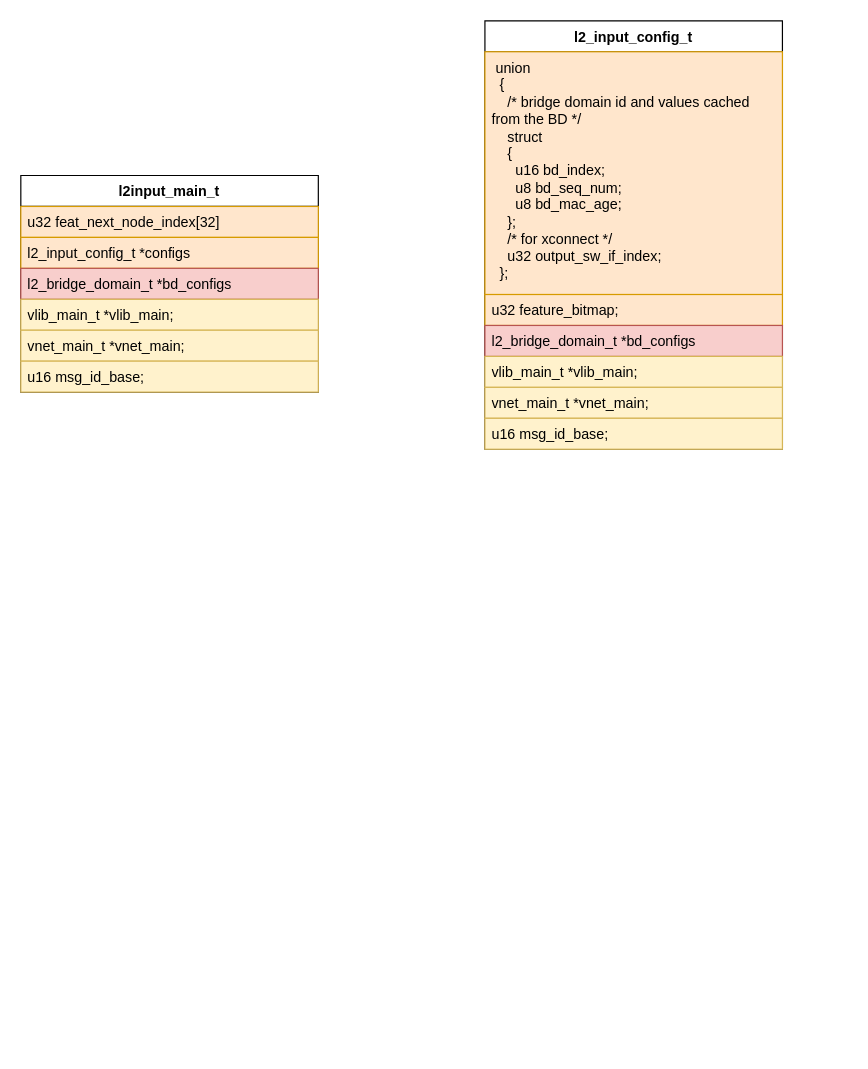
jin13417/dpdk-vpp-learning keeps this draw.io diagram as new_map/vnet_l2.drawio. Above is the earlier version. Source tidied: cells renumbered, new cells numbered last; positions are measured from the earlier drawing's top-left corner, leaving out a move shared by most shapes. Both pictures are drawn from the tidied source at 119%, with x=0, y=0 at pixel (20, 20).
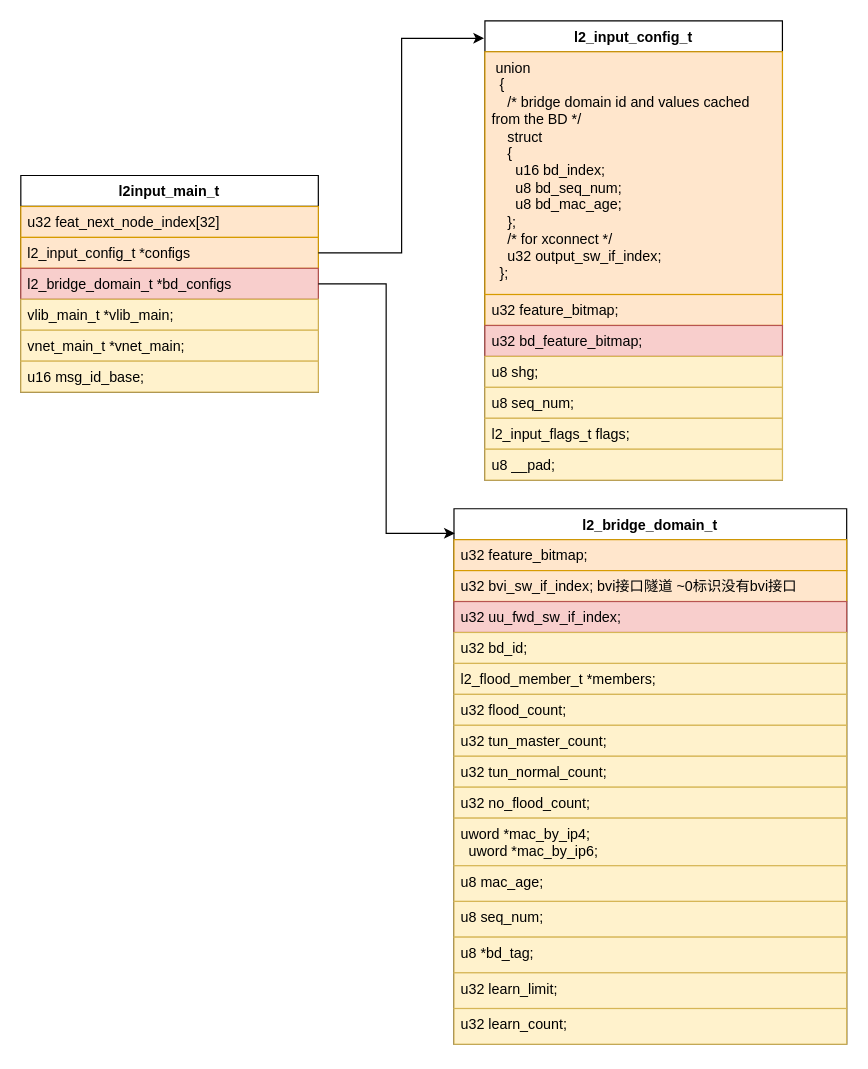
After the change.

The change refers to these unchanged cells:
```xml
<mxCell id="4" value="l2_input_config_t *configs" style="text;strokeColor=#d79b00;fillColor=#ffe6cc;align=left;verticalAlign=top;spacingLeft=4;spacingRight=4;overflow=hidden;points=[[0,0.5],[1,0.5]];portConstraint=eastwest;whiteSpace=wrap;html=1;" parent="2" vertex="1">
  <mxGeometry y="52" width="250" height="26" as="geometry" />
</mxCell>
<mxCell id="5" value="l2_bridge_domain_t *bd_configs" style="text;strokeColor=#b85450;fillColor=#f8cecc;align=left;verticalAlign=top;spacingLeft=4;spacingRight=4;overflow=hidden;points=[[0,0.5],[1,0.5]];portConstraint=eastwest;whiteSpace=wrap;html=1;" parent="2" vertex="1">
  <mxGeometry y="78" width="250" height="26" as="geometry" />
</mxCell>
```

What changed in the source:
```diff
@@
     <mxCell id="9" value="l2_input_config_t" style="swimlane;fontStyle=1;align=center;verticalAlign=top;horizontal=1;startSize=26;whiteSpace=wrap;html=1;" parent="1" vertex="1">
-      <mxGeometry x="390" width="250" height="360" as="geometry" />
+      <mxGeometry x="390" width="250" height="386" as="geometry" />
     </mxCell>
@@
-    <mxCell id="12" value="l2_bridge_domain_t *bd_configs" style="text;strokeColor=#b85450;fillColor=#f8cecc;align=left;verticalAlign=top;spacingLeft=4;spacingRight=4;overflow=hidden;whiteSpace=wrap;html=1;" parent="9" vertex="1">
+    <mxCell id="12" value="u32 bd_feature_bitmap;" style="text;strokeColor=#b85450;fillColor=#f8cecc;align=left;verticalAlign=top;spacingLeft=4;spacingRight=4;overflow=hidden;whiteSpace=wrap;html=1;" parent="9" vertex="1">
       <mxGeometry y="256" width="250" height="26" as="geometry" />
     </mxCell>
-    <mxCell id="13" value="vlib_main_t *vlib_main;" style="text;strokeColor=#d6b656;fillColor=#fff2cc;align=left;verticalAlign=top;spacingLeft=4;spacingRight=4;overflow=hidden;whiteSpace=wrap;html=1;" parent="9" vertex="1">
+    <mxCell id="13" value="u8 shg;" style="text;strokeColor=#d6b656;fillColor=#fff2cc;align=left;verticalAlign=top;spacingLeft=4;spacingRight=4;overflow=hidden;whiteSpace=wrap;html=1;" parent="9" vertex="1">
       <mxGeometry y="282" width="250" height="26" as="geometry" />
     </mxCell>
-    <mxCell id="14" value="vnet_main_t *vnet_main;" style="text;strokeColor=#d6b656;fillColor=#fff2cc;align=left;verticalAlign=top;spacingLeft=4;spacingRight=4;overflow=hidden;whiteSpace=wrap;html=1;" parent="9" vertex="1">
+    <mxCell id="14" value="u8 seq_num;" style="text;strokeColor=#d6b656;fillColor=#fff2cc;align=left;verticalAlign=top;spacingLeft=4;spacingRight=4;overflow=hidden;whiteSpace=wrap;html=1;" parent="9" vertex="1">
       <mxGeometry y="308" width="250" height="26" as="geometry" />
     </mxCell>
-    <mxCell id="15" value="u16 msg_id_base;" style="text;strokeColor=#d6b656;fillColor=#fff2cc;align=left;verticalAlign=top;spacingLeft=4;spacingRight=4;overflow=hidden;whiteSpace=wrap;html=1;" parent="9" vertex="1">
+    <mxCell id="15" value="l2_input_flags_t flags;" style="text;strokeColor=#d6b656;fillColor=#fff2cc;align=left;verticalAlign=top;spacingLeft=4;spacingRight=4;overflow=hidden;whiteSpace=wrap;html=1;" parent="9" vertex="1">
       <mxGeometry y="334" width="250" height="26" as="geometry" />
     </mxCell>
+    <mxCell id="16" value="u8 __pad;" style="text;strokeColor=#d6b656;fillColor=#fff2cc;align=left;verticalAlign=top;spacingLeft=4;spacingRight=4;overflow=hidden;whiteSpace=wrap;html=1;" parent="9" vertex="1">
+      <mxGeometry y="360" width="250" height="26" as="geometry" />
+    </mxCell>
+    <mxCell id="17" value="l2_bridge_domain_t" style="swimlane;fontStyle=1;align=center;verticalAlign=top;horizontal=1;startSize=26;whiteSpace=wrap;html=1;" parent="1" vertex="1">
+      <mxGeometry x="364" y="410" width="330" height="450" as="geometry" />
+    </mxCell>
+    <mxCell id="18" value="u32 feature_bitmap;" style="text;strokeColor=#d79b00;fillColor=#ffe6cc;align=left;verticalAlign=top;spacingLeft=4;spacingRight=4;overflow=hidden;whiteSpace=wrap;html=1;" parent="17" vertex="1">
+      <mxGeometry y="26" width="330" height="26" as="geometry" />
+    </mxCell>
+    <mxCell id="19" value="u32 bvi_sw_if_index; bvi接口隧道 ~0标识没有bvi接口" style="text;strokeColor=#d79b00;fillColor=#ffe6cc;align=left;verticalAlign=top;spacingLeft=4;spacingRight=4;overflow=hidden;whiteSpace=wrap;html=1;" parent="17" vertex="1">
+      <mxGeometry y="52" width="330" height="26" as="geometry" />
+    </mxCell>
+    <mxCell id="20" value="u32 uu_fwd_sw_if_index;" style="text;strokeColor=#b85450;fillColor=#f8cecc;align=left;verticalAlign=top;spacingLeft=4;spacingRight=4;overflow=hidden;whiteSpace=wrap;html=1;" parent="17" vertex="1">
+      <mxGeometry y="78" width="330" height="26" as="geometry" />
+    </mxCell>
+    <mxCell id="21" value="u32 bd_id;" style="text;strokeColor=#d6b656;fillColor=#fff2cc;align=left;verticalAlign=top;spacingLeft=4;spacingRight=4;overflow=hidden;whiteSpace=wrap;html=1;" parent="17" vertex="1">
+      <mxGeometry y="104" width="330" height="26" as="geometry" />
+    </mxCell>
+    <mxCell id="22" value="l2_flood_member_t *members;" style="text;strokeColor=#d6b656;fillColor=#fff2cc;align=left;verticalAlign=top;spacingLeft=4;spacingRight=4;overflow=hidden;whiteSpace=wrap;html=1;" parent="17" vertex="1">
+      <mxGeometry y="130" width="330" height="26" as="geometry" />
+    </mxCell>
+    <mxCell id="23" value="u32 flood_count;" style="text;strokeColor=#d6b656;fillColor=#fff2cc;align=left;verticalAlign=top;spacingLeft=4;spacingRight=4;overflow=hidden;whiteSpace=wrap;html=1;" parent="17" vertex="1">
+      <mxGeometry y="156" width="330" height="26" as="geometry" />
+    </mxCell>
+    <mxCell id="24" value="u32 tun_master_count;" style="text;strokeColor=#d6b656;fillColor=#fff2cc;align=left;verticalAlign=top;spacingLeft=4;spacingRight=4;overflow=hidden;whiteSpace=wrap;html=1;" parent="17" vertex="1">
+      <mxGeometry y="182" width="330" height="26" as="geometry" />
+    </mxCell>
+    <mxCell id="25" value="u32 tun_normal_count;" style="text;strokeColor=#d6b656;fillColor=#fff2cc;align=left;verticalAlign=top;spacingLeft=4;spacingRight=4;overflow=hidden;whiteSpace=wrap;html=1;" parent="17" vertex="1">
+      <mxGeometry y="208" width="330" height="26" as="geometry" />
+    </mxCell>
+    <mxCell id="26" value="u32 no_flood_count;" style="text;strokeColor=#d6b656;fillColor=#fff2cc;align=left;verticalAlign=top;spacingLeft=4;spacingRight=4;overflow=hidden;whiteSpace=wrap;html=1;" parent="17" vertex="1">
+      <mxGeometry y="234" width="330" height="26" as="geometry" />
+    </mxCell>
+    <mxCell id="27" value="&lt;div&gt;uword *mac_by_ip4;&lt;/div&gt;&lt;div&gt;&amp;nbsp; uword *mac_by_ip6;&lt;/div&gt;" style="text;strokeColor=#d6b656;fillColor=#fff2cc;align=left;verticalAlign=top;spacingLeft=4;spacingRight=4;overflow=hidden;whiteSpace=wrap;html=1;" parent="17" vertex="1">
+      <mxGeometry y="260" width="330" height="40" as="geometry" />
+    </mxCell>
+    <mxCell id="28" value="u8 mac_age;" style="text;strokeColor=#d6b656;fillColor=#fff2cc;align=left;verticalAlign=top;spacingLeft=4;spacingRight=4;overflow=hidden;whiteSpace=wrap;html=1;" parent="17" vertex="1">
+      <mxGeometry y="300" width="330" height="30" as="geometry" />
+    </mxCell>
+    <mxCell id="29" value="u8 seq_num;" style="text;strokeColor=#d6b656;fillColor=#fff2cc;align=left;verticalAlign=top;spacingLeft=4;spacingRight=4;overflow=hidden;whiteSpace=wrap;html=1;" parent="17" vertex="1">
+      <mxGeometry y="330" width="330" height="30" as="geometry" />
+    </mxCell>
+    <mxCell id="30" value="u8 *bd_tag;" style="text;strokeColor=#d6b656;fillColor=#fff2cc;align=left;verticalAlign=top;spacingLeft=4;spacingRight=4;overflow=hidden;whiteSpace=wrap;html=1;" parent="17" vertex="1">
+      <mxGeometry y="360" width="330" height="30" as="geometry" />
+    </mxCell>
+    <mxCell id="31" value="u32 learn_limit;" style="text;strokeColor=#d6b656;fillColor=#fff2cc;align=left;verticalAlign=top;spacingLeft=4;spacingRight=4;overflow=hidden;whiteSpace=wrap;html=1;" parent="17" vertex="1">
+      <mxGeometry y="390" width="330" height="30" as="geometry" />
+    </mxCell>
+    <mxCell id="32" value="u32 learn_count;" style="text;strokeColor=#d6b656;fillColor=#fff2cc;align=left;verticalAlign=top;spacingLeft=4;spacingRight=4;overflow=hidden;whiteSpace=wrap;html=1;" parent="17" vertex="1">
+      <mxGeometry y="420" width="330" height="30" as="geometry" />
+    </mxCell>
+    <mxCell id="33" style="edgeStyle=orthogonalEdgeStyle;rounded=0;jettySize=auto;html=1;exitX=1;exitY=0.5;exitDx=0;exitDy=0;entryX=-0.003;entryY=0.038;entryDx=0;entryDy=0;entryPerimeter=0;" parent="1" edge="1" source="4" target="9">
+      <mxGeometry relative="1" as="geometry" />
+    </mxCell>
+    <mxCell id="34" style="edgeStyle=orthogonalEdgeStyle;rounded=0;jettySize=auto;html=1;exitX=1;exitY=0.5;exitDx=0;exitDy=0;entryX=0.002;entryY=0.046;entryDx=0;entryDy=0;entryPerimeter=0;" parent="1" edge="1" source="5" target="17">
+      <mxGeometry relative="1" as="geometry" />
+    </mxCell>
```
